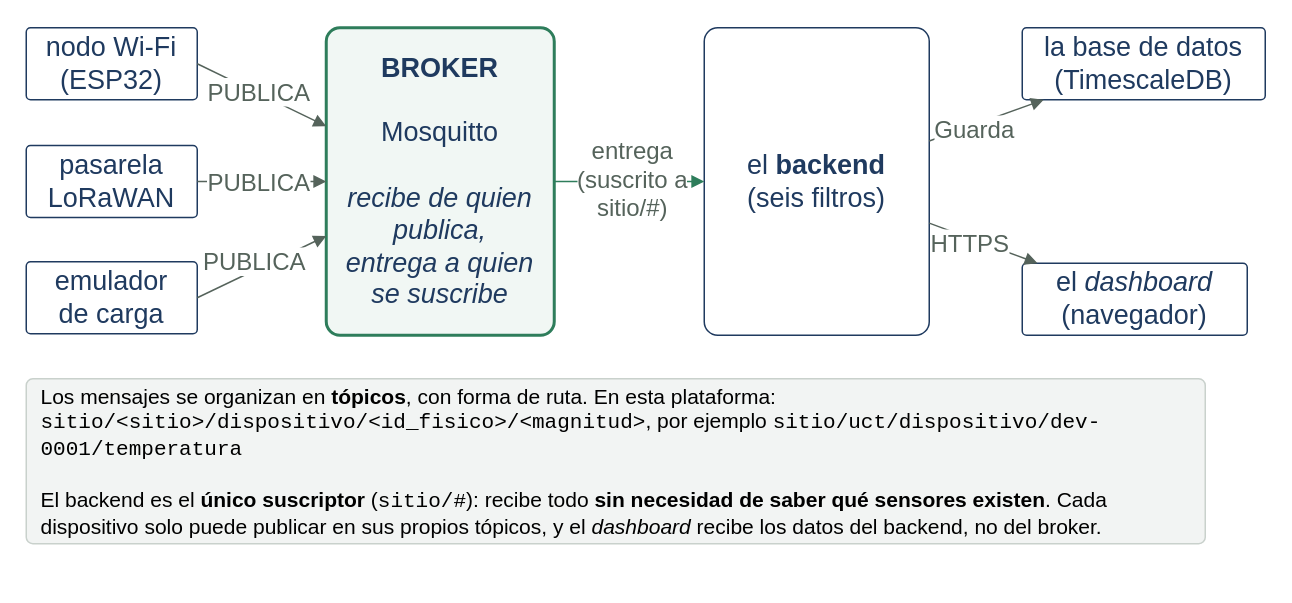
This is informe-oficial/figuras/drawio/figura-2.2.drawio from vicenterami/tesis, a draw.io file, before an edit. Source tidied: cells renumbered, new cells numbered last; positions are measured from the earlier drawing's top-left corner, leaving out a move shared by most shapes. Both pictures are drawn from the tidied source at 150%, with x=0, y=0 at pixel (26, 27).
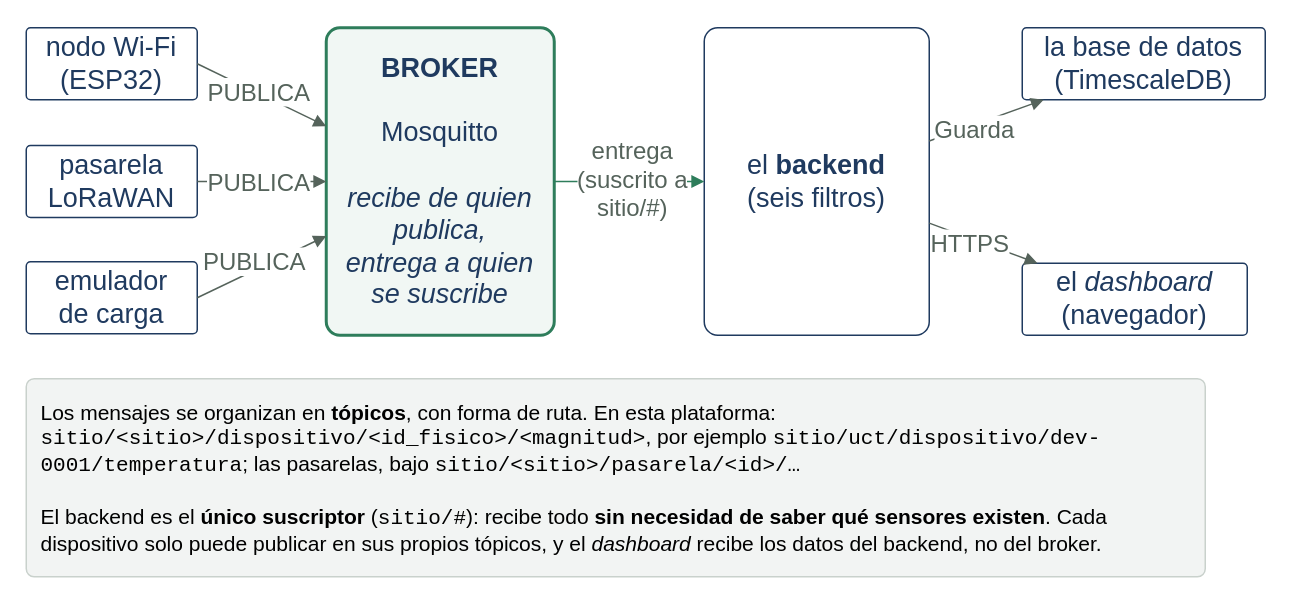
The same diagram, later.

Diff of the diagram source:
```diff
@@
-    <mxCell id="9" value="Los mensajes se organizan en &lt;b&gt;tópicos&lt;/b&gt;, con forma de ruta. En esta plataforma: &lt;font face=&quot;Courier New&quot;&gt;sitio/&amp;lt;sitio&amp;gt;/dispositivo/&amp;lt;id_fisico&amp;gt;/&amp;lt;magnitud&amp;gt;&lt;/font&gt;, por ejemplo &lt;font face=&quot;Courier New&quot;&gt;sitio/uct/dispositivo/dev-0001/temperatura&lt;/font&gt;&lt;br&gt;&lt;br&gt;El backend es el &lt;b&gt;único suscriptor&lt;/b&gt; (&lt;font face=&quot;Courier New&quot;&gt;sitio/#&lt;/font&gt;): recibe todo &lt;b&gt;sin necesidad de saber qué sensores existen&lt;/b&gt;. Cada dispositivo solo puede publicar en sus propios tópicos, y el &lt;i&gt;dashboard&lt;/i&gt; recibe los datos del backend, no del broker." style="rounded=1;arcSize=4;whiteSpace=wrap;html=1;align=left;spacingLeft=8;spacingRight=8;fontFamily=Helvetica;fontSize=14;fontColor=#000000;strokeColor=#C9D1CC;fillColor=#F2F4F3;" parent="1" vertex="1">
-      <mxGeometry y="234" width="786" height="110" as="geometry" />
+    <mxCell id="9" value="Los mensajes se organizan en &lt;b&gt;tópicos&lt;/b&gt;, con forma de ruta. En esta plataforma: &lt;font face=&quot;Courier New&quot;&gt;sitio/&amp;lt;sitio&amp;gt;/dispositivo/&amp;lt;id_fisico&amp;gt;/&amp;lt;magnitud&amp;gt;&lt;/font&gt;, por ejemplo &lt;font face=&quot;Courier New&quot;&gt;sitio/uct/dispositivo/dev-0001/temperatura&lt;/font&gt;; las pasarelas, bajo &lt;font face=&quot;Courier New&quot;&gt;sitio/&amp;lt;sitio&amp;gt;/pasarela/&amp;lt;id&amp;gt;/…&lt;/font&gt;&lt;br&gt;&lt;br&gt;El backend es el &lt;b&gt;único suscriptor&lt;/b&gt; (&lt;font face=&quot;Courier New&quot;&gt;sitio/#&lt;/font&gt;): recibe todo &lt;b&gt;sin necesidad de saber qué sensores existen&lt;/b&gt;. Cada dispositivo solo puede publicar en sus propios tópicos, y el &lt;i&gt;dashboard&lt;/i&gt; recibe los datos del backend, no del broker." style="rounded=1;arcSize=4;whiteSpace=wrap;html=1;align=left;spacingLeft=8;spacingRight=8;fontFamily=Helvetica;fontSize=14;fontColor=#000000;strokeColor=#C9D1CC;fillColor=#F2F4F3;" parent="1" vertex="1">
+      <mxGeometry y="234" width="786" height="132" as="geometry" />
     </mxCell>
```
